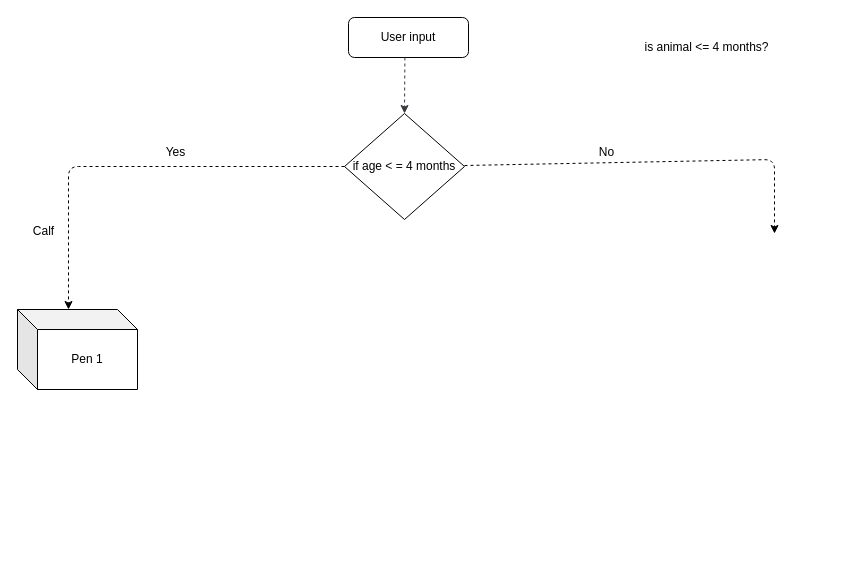
This is pen.drawio from Victor-Oribamise/AnimalMachineLerning, a draw.io file, before an edit. Source tidied: cells renumbered, new cells numbered last; positions are measured from the earlier drawing's top-left corner, leaving out a move shared by most shapes. Both pictures are drawn from the tidied source at 100%, with x=0, y=0 at pixel (17, 17).
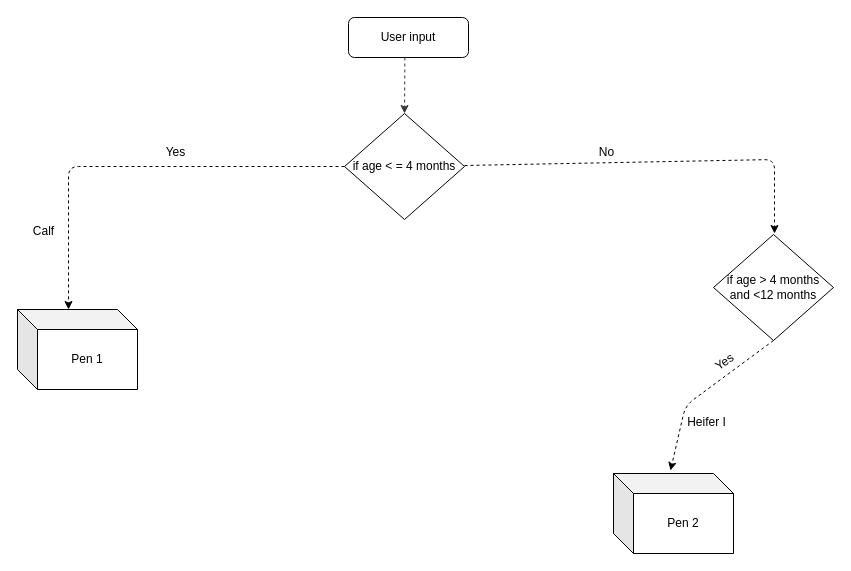
Above is the later version.

Diff of the diagram source:
```diff
@@
-    <mxCell id="4" value="is animal &amp;lt;= 4 months?" style="text;html=1;align=center;verticalAlign=middle;strokeColor=none;" parent="1" vertex="1">
-      <mxGeometry x="614" y="20" width="150" height="20" as="geometry" />
-    </mxCell>
@@
+    <mxCell id="12" value="&lt;div&gt;if age &amp;gt; 4 months&lt;/div&gt;&lt;div&gt;and &amp;lt;12 months&lt;br&gt;&lt;/div&gt;" style="rhombus;whiteSpace=wrap;html=1;" parent="1" vertex="1">
+      <mxGeometry x="696" y="217" width="120" height="106" as="geometry" />
+    </mxCell>
+    <mxCell id="13" style="endArrow=classic;html=1;shadow=0;dashed=1;strokeColor=#000000;strokeWidth=1;exitX=0.5;exitY=1;exitDx=0;exitDy=0;" parent="1" edge="1" source="12">
+      <mxGeometry relative="1" as="geometry">
+        <mxPoint x="653" y="453" as="targetPoint" />
+        <Array as="points">
+          <mxPoint x="668" y="388" />
+        </Array>
+      </mxGeometry>
+    </mxCell>
+    <mxCell id="14" value="Yes" style="text;html=1;align=center;verticalAlign=middle;strokeColor=none;rotation=-35;" parent="1" vertex="1">
+      <mxGeometry x="692" y="336" width="30" height="18" as="geometry" />
+    </mxCell>
+    <mxCell id="15" value="Pen 2" style="shape=cube;whiteSpace=wrap;html=1;boundedLbl=1;backgroundOutline=1;darkOpacity=0.05;darkOpacity2=0.1;" parent="1" vertex="1">
+      <mxGeometry x="596" y="456" width="120" height="80" as="geometry" />
+    </mxCell>
+    <mxCell id="16" value="Heifer I" style="text;html=1;align=center;verticalAlign=middle;strokeColor=none;" parent="1" vertex="1">
+      <mxGeometry x="664.5" y="396" width="49" height="18" as="geometry" />
+    </mxCell>
```
